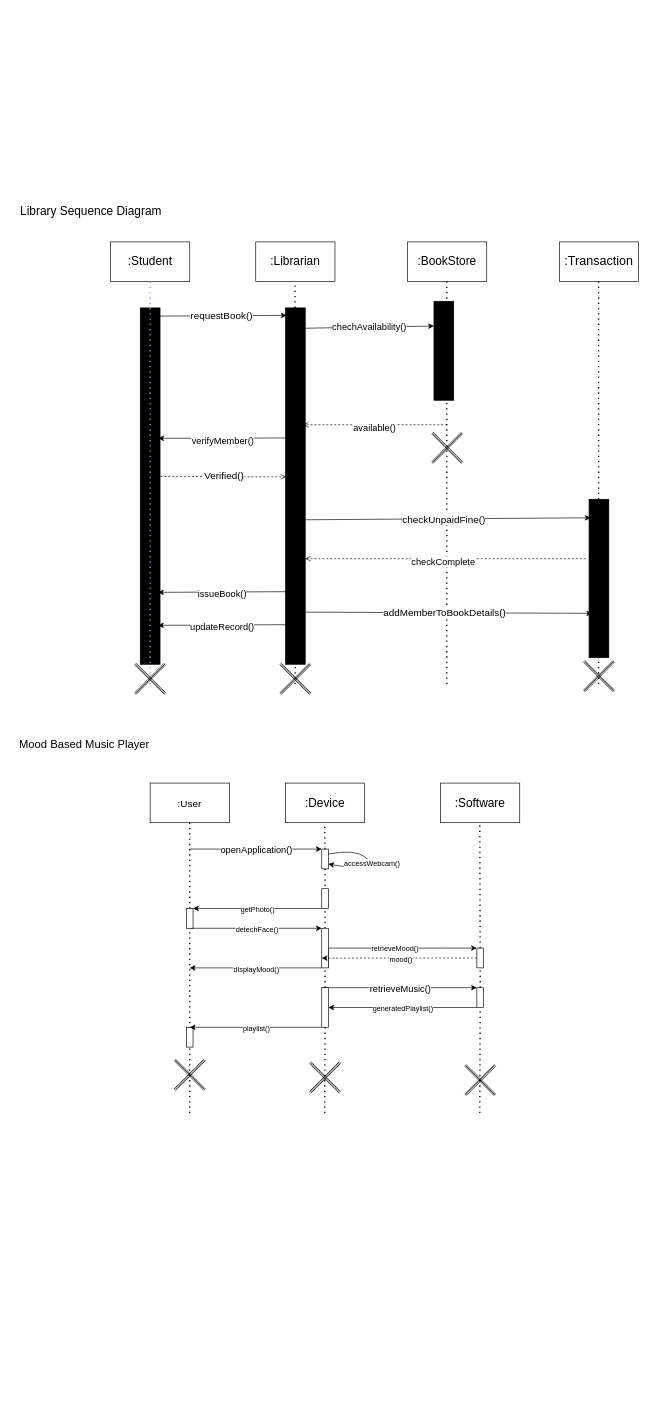
Before: 6th SEM/SE/sequence_diagram.drawio in Reeves9/Class-Notes, a draw.io diagram. Source tidied: cells renumbered, new cells numbered last; positions are measured from the earlier drawing's top-left corner, leaving out a move shared by most shapes. Both pictures are drawn from the tidied source at 66%, with x=0, y=0 at pixel (11, 197).
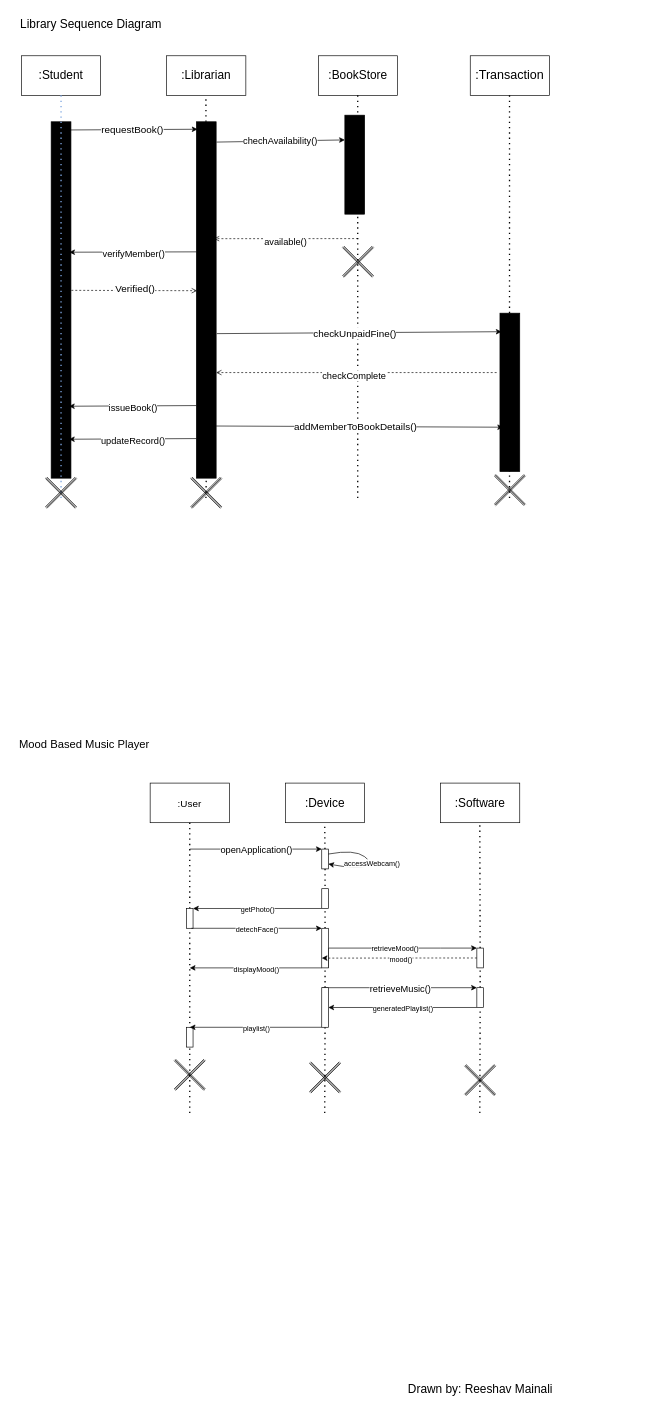
Above is the later version.

Change to the diagram source:
```diff
@@
     <mxCell id="2" style="rounded=0;whiteSpace=wrap;html=1;fillColor=#000000;" parent="1" vertex="1">
-      <mxGeometry x="415" y="167" width="30" height="540" as="geometry" />
+      <mxGeometry x="280" y="-115" width="30" height="540" as="geometry" />
     </mxCell>
     <mxCell id="3" style="rounded=0;whiteSpace=wrap;html=1;fillColor=#000000;" parent="1" vertex="1">
-      <mxGeometry x="195" y="167" width="30" height="540" as="geometry" />
+      <mxGeometry x="60" y="-115" width="30" height="540" as="geometry" />
     </mxCell>
     <mxCell id="4" value="&lt;font style=&quot;font-size: 18px;&quot;&gt;:Student&lt;/font&gt;" style="rounded=0;whiteSpace=wrap;html=1;" parent="1" vertex="1">
-      <mxGeometry x="150" y="67" width="120" height="60" as="geometry" />
+      <mxGeometry x="15" y="-215" width="120" height="60" as="geometry" />
     </mxCell>
     <mxCell id="5" value="&lt;font style=&quot;font-size: 18px;&quot;&gt;:Librarian&lt;/font&gt;" style="rounded=0;whiteSpace=wrap;html=1;" parent="1" vertex="1">
-      <mxGeometry x="370" y="67" width="120" height="60" as="geometry" />
+      <mxGeometry x="235" y="-215" width="120" height="60" as="geometry" />
     </mxCell>
     <mxCell id="6" value="&lt;font style=&quot;font-size: 18px;&quot;&gt;:BookStore&lt;/font&gt;" style="rounded=0;whiteSpace=wrap;html=1;" parent="1" vertex="1">
-      <mxGeometry x="600" y="67" width="120" height="60" as="geometry" />
+      <mxGeometry x="465" y="-215" width="120" height="60" as="geometry" />
     </mxCell>
     <mxCell id="7" value="&lt;font style=&quot;font-size: 19px;&quot;&gt;:Transaction&lt;/font&gt;" style="rounded=0;whiteSpace=wrap;html=1;" parent="1" vertex="1">
-      <mxGeometry x="830" y="67" width="120" height="60" as="geometry" />
+      <mxGeometry x="695" y="-215" width="120" height="60" as="geometry" />
     </mxCell>
     <mxCell id="8" style="endArrow=none;dashed=1;html=1;dashPattern=1 3;strokeWidth=2;rounded=0;entryX=0.5;entryY=1;entryDx=0;entryDy=0;strokeColor=#7EA6E0;" parent="1" edge="1" target="4">
       <mxGeometry relative="1" as="geometry">
-        <mxPoint x="210" y="737" as="sourcePoint" />
+        <mxPoint x="75" y="455" as="sourcePoint" />
       </mxGeometry>
     </mxCell>
     <mxCell id="9" style="endArrow=none;dashed=1;html=1;dashPattern=1 3;strokeWidth=2;rounded=0;entryX=0.5;entryY=1;entryDx=0;entryDy=0;" parent="1" edge="1" source="2">
       <mxGeometry relative="1" as="geometry">
-        <mxPoint x="429.5" y="127" as="targetPoint" />
+        <mxPoint x="294.5" y="-155" as="targetPoint" />
       </mxGeometry>
     </mxCell>
     <mxCell id="10" style="endArrow=none;dashed=1;html=1;dashPattern=1 3;strokeWidth=2;rounded=0;entryX=0.5;entryY=1;entryDx=0;entryDy=0;" parent="1" edge="1">
       <mxGeometry relative="1" as="geometry">
-        <mxPoint x="659.5" y="737" as="sourcePoint" />
-        <mxPoint x="659.5" y="127" as="targetPoint" />
+        <mxPoint x="524.5" y="455" as="sourcePoint" />
+        <mxPoint x="524.5" y="-155" as="targetPoint" />
       </mxGeometry>
     </mxCell>
     <mxCell id="11" style="endArrow=none;dashed=1;html=1;dashPattern=1 3;strokeWidth=2;rounded=0;entryX=0.5;entryY=1;entryDx=0;entryDy=0;" parent="1" edge="1">
       <mxGeometry relative="1" as="geometry">
-        <mxPoint x="889.5" y="737" as="sourcePoint" />
-        <mxPoint x="889.5" y="127" as="targetPoint" />
+        <mxPoint x="754.5" y="455" as="sourcePoint" />
+        <mxPoint x="754.5" y="-155" as="targetPoint" />
       </mxGeometry>
     </mxCell>
     <mxCell id="12" style="endArrow=none;dashed=1;html=1;dashPattern=1 3;strokeWidth=2;rounded=0;entryX=0.5;entryY=1;entryDx=0;entryDy=0;" parent="1" edge="1" target="2">
       <mxGeometry relative="1" as="geometry">
-        <mxPoint x="429.5" y="737" as="sourcePoint" />
+        <mxPoint x="294.5" y="455" as="sourcePoint" />
       </mxGeometry>
     </mxCell>
     <mxCell id="13" style="rounded=0;whiteSpace=wrap;html=1;fillColor=#000000;" parent="1" vertex="1">
-      <mxGeometry x="640" y="157" width="30" height="150" as="geometry" />
+      <mxGeometry x="505" y="-125" width="30" height="150" as="geometry" />
     </mxCell>
     <mxCell id="14" style="rounded=0;whiteSpace=wrap;html=1;fillColor=#000000;" parent="1" vertex="1">
-      <mxGeometry x="875" y="457" width="30" height="240" as="geometry" />
+      <mxGeometry x="740" y="175" width="30" height="240" as="geometry" />
     </mxCell>
@@
     <mxCell id="19" style="endArrow=open;html=1;rounded=0;entryX=0.887;entryY=0.328;entryDx=0;entryDy=0;entryPerimeter=0;endFill=0;dashed=1;" parent="1" edge="1" target="2">
       <mxGeometry relative="1" as="geometry">
-        <mxPoint x="660" y="344" as="sourcePoint" />
+        <mxPoint x="525" y="62" as="sourcePoint" />
       </mxGeometry>
     </mxCell>
@@
     <mxCell id="21" style="verticalLabelPosition=bottom;shadow=0;dashed=0;align=center;html=1;verticalAlign=top;shape=mxgraph.electrical.inductors.iron_core;rotation=45;" parent="1" vertex="1">
-      <mxGeometry x="628" y="377" width="64" height="4" as="geometry" />
+      <mxGeometry x="493" y="95" width="64" height="4" as="geometry" />
     </mxCell>
     <mxCell id="22" style="verticalLabelPosition=bottom;shadow=0;dashed=0;align=center;html=1;verticalAlign=top;shape=mxgraph.electrical.inductors.iron_core;rotation=-45;" parent="1" vertex="1">
-      <mxGeometry x="628" y="377" width="64" height="4" as="geometry" />
+      <mxGeometry x="493" y="95" width="64" height="4" as="geometry" />
     </mxCell>
@@
     <mxCell id="27" style="endArrow=classic;html=1;rounded=0;exitX=0.94;exitY=0.023;exitDx=0;exitDy=0;exitPerimeter=0;entryX=0.083;entryY=0.117;entryDx=0;entryDy=0;entryPerimeter=0;" parent="1" edge="1" target="14">
       <mxGeometry relative="1" as="geometry">
-        <mxPoint x="446" y="488" as="sourcePoint" />
+        <mxPoint x="311" y="206" as="sourcePoint" />
       </mxGeometry>
     </mxCell>
@@
     <mxCell id="29" style="endArrow=open;html=1;rounded=0;entryX=0.887;entryY=0.328;entryDx=0;entryDy=0;entryPerimeter=0;endFill=0;dashed=1;" parent="1" edge="1">
       <mxGeometry relative="1" as="geometry">
-        <mxPoint x="870" y="547" as="sourcePoint" />
-        <mxPoint x="445" y="547" as="targetPoint" />
+        <mxPoint x="735" y="265" as="sourcePoint" />
+        <mxPoint x="310" y="265" as="targetPoint" />
       </mxGeometry>
     </mxCell>
@@
     <mxCell id="77" style="endArrow=classic;html=1;rounded=0;entryX=0.913;entryY=0.366;entryDx=0;entryDy=0;entryPerimeter=0;exitX=0.007;exitY=0.365;exitDx=0;exitDy=0;exitPerimeter=0;" parent="1" edge="1">
       <mxGeometry relative="1" as="geometry">
-        <mxPoint x="415" y="597" as="sourcePoint" />
-        <mxPoint x="222" y="598" as="targetPoint" />
+        <mxPoint x="280" y="315" as="sourcePoint" />
+        <mxPoint x="87" y="316" as="targetPoint" />
       </mxGeometry>
     </mxCell>
@@
     <mxCell id="79" style="endArrow=classic;html=1;rounded=0;exitX=0.94;exitY=0.023;exitDx=0;exitDy=0;exitPerimeter=0;entryX=0.159;entryY=0.72;entryDx=0;entryDy=0;entryPerimeter=0;" parent="1" edge="1" target="14">
       <mxGeometry relative="1" as="geometry">
-        <mxPoint x="445" y="628" as="sourcePoint" />
+        <mxPoint x="310" y="346" as="sourcePoint" />
       </mxGeometry>
     </mxCell>
@@
     <mxCell id="81" style="endArrow=classic;html=1;rounded=0;entryX=0.913;entryY=0.366;entryDx=0;entryDy=0;entryPerimeter=0;exitX=0.007;exitY=0.365;exitDx=0;exitDy=0;exitPerimeter=0;" parent="1" edge="1">
       <mxGeometry relative="1" as="geometry">
-        <mxPoint x="415" y="647" as="sourcePoint" />
-        <mxPoint x="222" y="648" as="targetPoint" />
+        <mxPoint x="280" y="365" as="sourcePoint" />
+        <mxPoint x="87" y="366" as="targetPoint" />
       </mxGeometry>
     </mxCell>
@@
     <mxCell id="83" style="verticalLabelPosition=bottom;shadow=0;dashed=0;align=center;html=1;verticalAlign=top;shape=mxgraph.electrical.inductors.iron_core;rotation=45;" parent="1" vertex="1">
-      <mxGeometry x="178" y="727" width="64" height="4" as="geometry" />
+      <mxGeometry x="43" y="445" width="64" height="4" as="geometry" />
     </mxCell>
     <mxCell id="84" style="verticalLabelPosition=bottom;shadow=0;dashed=0;align=center;html=1;verticalAlign=top;shape=mxgraph.electrical.inductors.iron_core;rotation=-45;" parent="1" vertex="1">
-      <mxGeometry x="178" y="727" width="64" height="4" as="geometry" />
+      <mxGeometry x="43" y="445" width="64" height="4" as="geometry" />
     </mxCell>
     <mxCell id="85" style="verticalLabelPosition=bottom;shadow=0;dashed=0;align=center;html=1;verticalAlign=top;shape=mxgraph.electrical.inductors.iron_core;rotation=45;" parent="1" vertex="1">
-      <mxGeometry x="398" y="727" width="64" height="4" as="geometry" />
+      <mxGeometry x="263" y="445" width="64" height="4" as="geometry" />
     </mxCell>
     <mxCell id="86" style="verticalLabelPosition=bottom;shadow=0;dashed=0;align=center;html=1;verticalAlign=top;shape=mxgraph.electrical.inductors.iron_core;rotation=-45;" parent="1" vertex="1">
-      <mxGeometry x="398" y="727" width="64" height="4" as="geometry" />
+      <mxGeometry x="263" y="445" width="64" height="4" as="geometry" />
     </mxCell>
     <mxCell id="87" style="verticalLabelPosition=bottom;shadow=0;dashed=0;align=center;html=1;verticalAlign=top;shape=mxgraph.electrical.inductors.iron_core;rotation=45;" parent="1" vertex="1">
-      <mxGeometry x="858" y="723" width="64" height="4" as="geometry" />
+      <mxGeometry x="723" y="441" width="64" height="4" as="geometry" />
     </mxCell>
     <mxCell id="88" style="verticalLabelPosition=bottom;shadow=0;dashed=0;align=center;html=1;verticalAlign=top;shape=mxgraph.electrical.inductors.iron_core;rotation=-45;" parent="1" vertex="1">
-      <mxGeometry x="858" y="723" width="64" height="4" as="geometry" />
+      <mxGeometry x="723" y="441" width="64" height="4" as="geometry" />
     </mxCell>
     <mxCell id="89" value="&lt;font style=&quot;font-size: 18px;&quot;&gt;Library Sequence Diagram&lt;/font&gt;" style="text;html=1;align=center;verticalAlign=middle;strokeColor=none;fillColor=none;" parent="1" vertex="1">
-      <mxGeometry width="240" height="40" as="geometry" />
+      <mxGeometry y="-282" width="240" height="40" as="geometry" />
     </mxCell>
@@
+    <mxCell id="91" value="&lt;font style=&quot;font-size: 18px;&quot;&gt;Drawn by: Reeshav Mainali&lt;/font&gt;" style="text;html=1;align=center;verticalAlign=middle;strokeColor=none;fillColor=none;" parent="1" vertex="1">
+      <mxGeometry x="590" y="1785" width="240" height="40" as="geometry" />
+    </mxCell>
```
